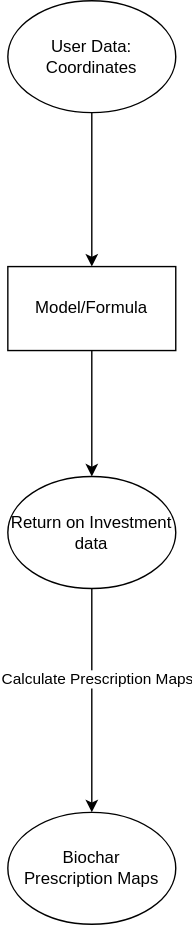
JosephPBaruch/CharAI keeps this draw.io diagram as docs/Design/DataFlow.drawio.svg. Above is the earlier version. Source tidied: cells renumbered, new cells last; positions are measured from the earlier drawing's top-left corner, leaving out a move shared by most shapes.
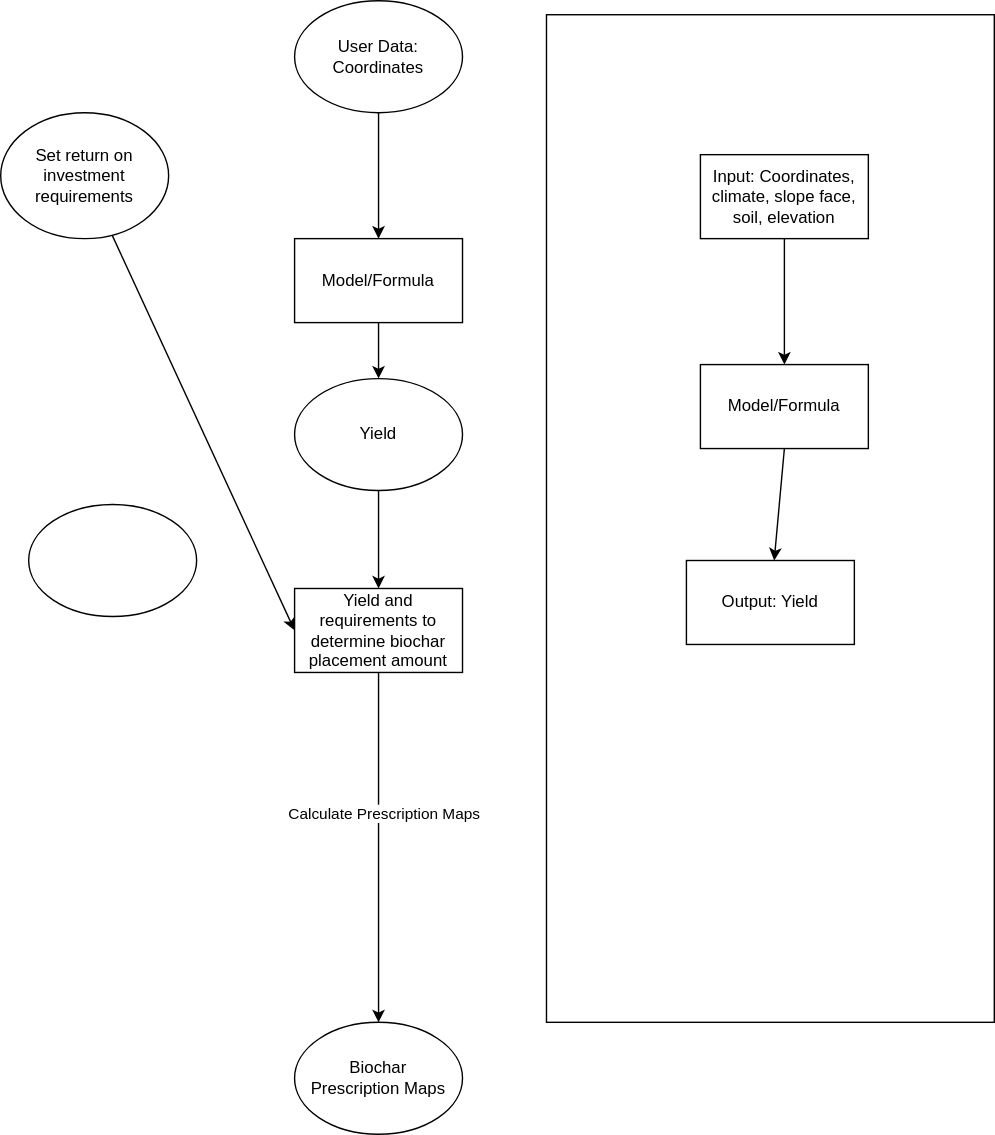
After the commit.

Diff of the diagram source:
```diff
@@ -3,28 +3,61 @@
     <mxCell id="0" />
     <mxCell id="1" parent="0" />
     <mxCell id="2" value="User Data: Coordinates" style="ellipse;whiteSpace=wrap;html=1;" parent="1" vertex="1">
-      <mxGeometry width="120" height="80" as="geometry" />
+      <mxGeometry y="-60" width="120" height="80" as="geometry" />
     </mxCell>
     <mxCell id="3" value="Biochar&amp;nbsp;&lt;div&gt;Prescription Maps&lt;/div&gt;" style="ellipse;whiteSpace=wrap;html=1;" parent="1" vertex="1">
-      <mxGeometry y="580" width="120" height="80" as="geometry" />
+      <mxGeometry y="670" width="120" height="80" as="geometry" />
     </mxCell>
-    <mxCell id="4" style="edgeStyle=none;html=1;exitX=0.5;exitY=1;exitDx=0;exitDy=0;entryX=0.5;entryY=0;entryDx=0;entryDy=0;" parent="1" edge="1" source="6" target="3">
+    <mxCell id="4" style="edgeStyle=none;html=1;entryX=0.5;entryY=0;entryDx=0;entryDy=0;exitX=0.5;exitY=1;exitDx=0;exitDy=0;" parent="1" edge="1" source="17" target="3">
       <mxGeometry relative="1" as="geometry" />
     </mxCell>
     <mxCell id="5" value="Calculate Prescription Maps" style="edgeLabel;html=1;align=center;verticalAlign=middle;" parent="4" vertex="1">
       <mxGeometry x="-0.2" y="3" relative="1" as="geometry" />
     </mxCell>
+    <mxCell id="10" style="edgeStyle=none;html=1;exitX=0.5;exitY=1;exitDx=0;exitDy=0;" parent="1" edge="1" source="6" target="17">
+      <mxGeometry relative="1" as="geometry" />
+    </mxCell>
-    <mxCell id="6" value="Return on Investment data" style="ellipse;whiteSpace=wrap;html=1;" parent="1" vertex="1">
-      <mxGeometry y="340" width="120" height="80" as="geometry" />
+    <mxCell id="6" value="Yield" style="ellipse;whiteSpace=wrap;html=1;" parent="1" vertex="1">
+      <mxGeometry y="210" width="120" height="80" as="geometry" />
     </mxCell>
     <mxCell id="7" style="edgeStyle=none;html=1;exitX=0.5;exitY=1;exitDx=0;exitDy=0;entryX=0.5;entryY=0;entryDx=0;entryDy=0;" parent="1" edge="1" source="8" target="6">
       <mxGeometry relative="1" as="geometry" />
     </mxCell>
     <mxCell id="8" value="Model/Formula" style="rounded=0;whiteSpace=wrap;html=1;" parent="1" vertex="1">
-      <mxGeometry y="190" width="120" height="60" as="geometry" />
+      <mxGeometry y="110" width="120" height="60" as="geometry" />
     </mxCell>
     <mxCell id="9" style="endArrow=classic;html=1;exitX=0.5;exitY=1;exitDx=0;exitDy=0;" parent="1" edge="1" source="2" target="8">
       <mxGeometry relative="1" as="geometry" />
     </mxCell>
+    <mxCell id="11" style="rounded=0;whiteSpace=wrap;html=1;" parent="1" vertex="1">
+      <mxGeometry x="180" y="-50" width="320" height="720" as="geometry" />
+    </mxCell>
+    <mxCell id="12" style="edgeStyle=none;html=1;exitX=0.5;exitY=1;exitDx=0;exitDy=0;" parent="1" edge="1" source="13" target="16">
+      <mxGeometry relative="1" as="geometry" />
+    </mxCell>
+    <mxCell id="13" value="Model/Formula" style="rounded=0;whiteSpace=wrap;html=1;" parent="1" vertex="1">
+      <mxGeometry x="290" y="200" width="120" height="60" as="geometry" />
+    </mxCell>
+    <mxCell id="14" style="edgeStyle=none;html=1;exitX=0.5;exitY=1;exitDx=0;exitDy=0;entryX=0.5;entryY=0;entryDx=0;entryDy=0;" parent="1" edge="1" source="15" target="13">
+      <mxGeometry relative="1" as="geometry" />
+    </mxCell>
+    <mxCell id="15" value="Input: Coordinates, climate, slope face, soil, elevation" style="rounded=0;whiteSpace=wrap;html=1;" parent="1" vertex="1">
+      <mxGeometry x="290" y="50" width="120" height="60" as="geometry" />
+    </mxCell>
+    <mxCell id="16" value="Output: Yield" style="rounded=0;whiteSpace=wrap;html=1;" parent="1" vertex="1">
+      <mxGeometry x="280" y="340" width="120" height="60" as="geometry" />
+    </mxCell>
+    <mxCell id="17" value="Yield and requirements to determine biochar placement amount&amp;nbsp;" style="rounded=0;whiteSpace=wrap;html=1;" parent="1" vertex="1">
+      <mxGeometry y="360" width="120" height="60" as="geometry" />
+    </mxCell>
+    <mxCell id="18" style="edgeStyle=none;html=1;entryX=0;entryY=0.5;entryDx=0;entryDy=0;" parent="1" edge="1" source="19" target="17">
+      <mxGeometry relative="1" as="geometry" />
+    </mxCell>
+    <mxCell id="19" value="Set return on investment requirements&amp;nbsp;" style="ellipse;whiteSpace=wrap;html=1;" parent="1" vertex="1">
+      <mxGeometry x="-210" y="20" width="120" height="90" as="geometry" />
+    </mxCell>
+    <mxCell id="20" style="ellipse;whiteSpace=wrap;html=1;" parent="1" vertex="1">
+      <mxGeometry x="-190" y="300" width="120" height="80" as="geometry" />
+    </mxCell>
   </root>
 </mxGraphModel>
```
